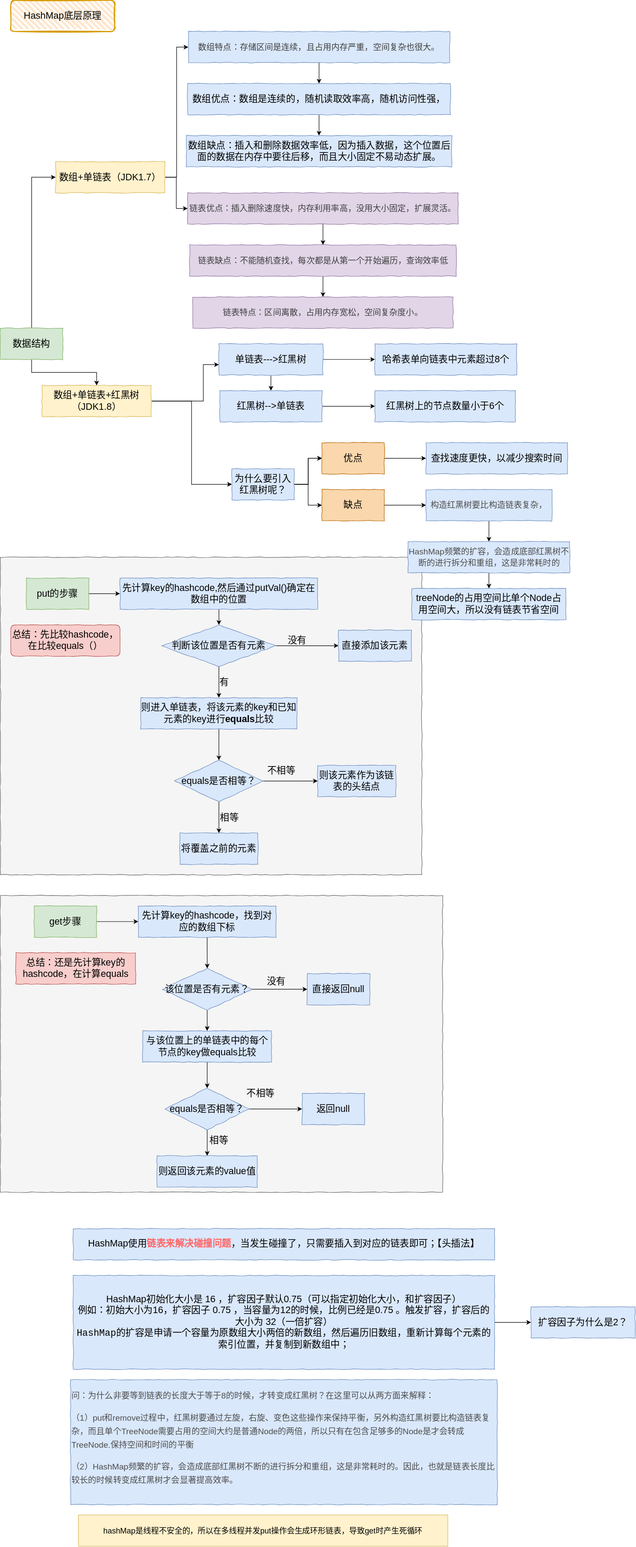
Earlier version of the draw.io export Java/HashMap.svg (kusuzi/LearnJava). Source tidied: cells renumbered, new cells last; positions are measured from the earlier drawing's top-left corner, leaving out a move shared by most shapes.
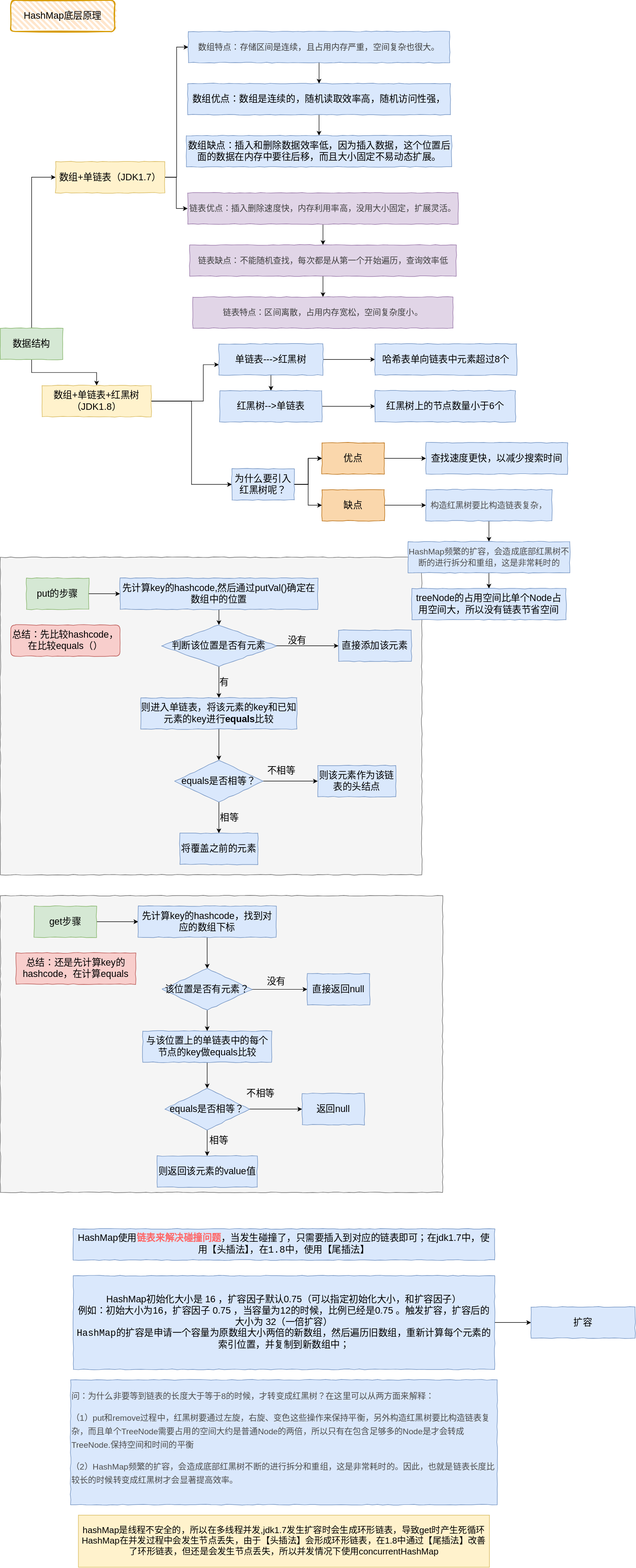
The same diagram one commit later.

Change to the diagram source:
```diff
@@ -245,7 +245,7 @@
     <mxCell id="79" value="&lt;p style=&quot;box-sizing: border-box ; outline: 0px ; margin: 0px 0px 16px ; padding: 0px ; font-size: 16px ; color: rgb(77 , 77 , 77) ; overflow: auto hidden ; overflow-wrap: break-word ; line-height: 26px&quot;&gt;问：为什么非要等到链表的长度大于等于8的时候，才转变成红黑树？在这里可以从两方面来解释：&lt;/p&gt;&lt;p style=&quot;box-sizing: border-box ; outline: 0px ; margin: 0px 0px 16px ; padding: 0px ; font-size: 16px ; color: rgb(77 , 77 , 77) ; overflow: auto hidden ; overflow-wrap: break-word ; line-height: 26px&quot;&gt;（1）put和remove过程中，红黑树要通过左旋，右旋、变色这些操作来保持平衡，&lt;span&gt;另外构造红黑树要比构造链表复杂，而且单个TreeNode需要占用的空间大约是普通Node的两倍，所以只有在包含足够多的Node是才会转成TreeNode.保持空间和时间的平衡&lt;/span&gt;&lt;/p&gt;&lt;p style=&quot;box-sizing: border-box ; outline: 0px ; margin: 0px 0px 16px ; padding: 0px ; font-size: 16px ; color: rgb(77 , 77 , 77) ; overflow: auto hidden ; overflow-wrap: break-word ; line-height: 26px&quot;&gt;&lt;span&gt;（2）HashMap频繁的扩容，会造成底部红黑树不断的进行拆分和重组，这是非常耗时的。因此，也就是链表长度比较长的时候转变成红黑树才会显著提高效率。&lt;/span&gt;&lt;/p&gt;" style="whiteSpace=wrap;html=1;rounded=0;labelBackgroundColor=none;comic=1;fontSize=18;strokeColor=#6c8ebf;fillColor=#dae8fc;align=left;" parent="1" vertex="1">
       <mxGeometry x="135" y="2650" width="820" height="240" as="geometry" />
     </mxCell>
-    <mxCell id="80" value="&lt;span style=&quot;text-align: left ; font-size: 18px&quot;&gt;HashMap使用&lt;/span&gt;&lt;b style=&quot;text-align: left ; font-size: 18px&quot;&gt;&lt;font color=&quot;#ff6666&quot; style=&quot;font-size: 18px&quot;&gt;链表来解决碰撞问题&lt;/font&gt;&lt;/b&gt;&lt;span style=&quot;text-align: left ; font-size: 18px&quot;&gt;，当发生碰撞了，只&lt;/span&gt;&lt;span style=&quot;text-align: justify ; font-size: 18px&quot;&gt;需要插入到对应的链表即可；&lt;font face=&quot;monospace, monospace&quot;&gt;【头插法】&lt;/font&gt;&lt;/span&gt;" style="rounded=0;whiteSpace=wrap;html=1;labelBackgroundColor=none;comic=1;fontSize=18;strokeColor=#6c8ebf;fillColor=#dae8fc;" parent="1" vertex="1">
+    <mxCell id="80" value="&lt;span style=&quot;text-align: left ; font-size: 18px&quot;&gt;HashMap使用&lt;/span&gt;&lt;b style=&quot;text-align: left ; font-size: 18px&quot;&gt;&lt;font color=&quot;#ff6666&quot; style=&quot;font-size: 18px&quot;&gt;链表来解决碰撞问题&lt;/font&gt;&lt;/b&gt;&lt;span style=&quot;text-align: left ; font-size: 18px&quot;&gt;，当发生碰撞了，只&lt;/span&gt;&lt;span style=&quot;text-align: justify ; font-size: 18px&quot;&gt;需要插入到对应的链表即可；在jdk1.7中，使用&lt;font face=&quot;monospace, monospace&quot;&gt;【头插法】，在1.8中，使用【尾插法】&lt;/font&gt;&lt;/span&gt;" style="rounded=0;whiteSpace=wrap;html=1;labelBackgroundColor=none;comic=1;fontSize=18;strokeColor=#6c8ebf;fillColor=#dae8fc;" parent="1" vertex="1">
       <mxGeometry x="140" y="2360" width="810" height="60" as="geometry" />
     </mxCell>
     <mxCell id="81" style="edgeStyle=orthogonalEdgeStyle;rounded=0;jettySize=auto;html=1;" parent="1" edge="1" source="82" target="89">
@@ -272,11 +272,11 @@
     <mxCell id="88" value="treeNode的占用空间比单个Node占用空间大，所以没有链表节省空间" style="whiteSpace=wrap;html=1;rounded=0;fontSize=18;strokeColor=#6c8ebf;fillColor=#dae8fc;comic=1;" parent="1" vertex="1">
       <mxGeometry x="790.9" y="1130" width="296.4" height="60" as="geometry" />
     </mxCell>
-    <mxCell id="89" value="扩容因子为什么是2？" style="whiteSpace=wrap;html=1;rounded=0;fontSize=18;strokeColor=#6c8ebf;fillColor=#dae8fc;comic=1;" parent="1" vertex="1">
+    <mxCell id="89" value="扩容" style="whiteSpace=wrap;html=1;rounded=0;fontSize=18;strokeColor=#6c8ebf;fillColor=#dae8fc;comic=1;" parent="1" vertex="1">
       <mxGeometry x="1020" y="2510" width="200" height="60" as="geometry" />
     </mxCell>
-    <mxCell id="90" value="hashMap是线程不安全的，所以在多线程并发p&lt;span style=&quot;font-size: 15px&quot;&gt;ut操作会生成环形链表，导致get时产生死循环&lt;br&gt;&lt;/span&gt;" style="whiteSpace=wrap;html=1;labelBackgroundColor=none;align=center;fillColor=#fff2cc;strokeColor=#d6b656;fontSize=15;" parent="1" vertex="1">
-      <mxGeometry x="150" y="2910" width="710" height="60" as="geometry" />
+    <mxCell id="90" value="hashMap是线程不安全的，所以在多线程并发,jdk1.7发生扩容时&lt;span style=&quot;font-size: 17px&quot;&gt;会生成环形链表，导致get时产生死循环&lt;br style=&quot;font-size: 17px&quot;&gt;HashMap在并发过程中会发生节点丢失，由于【头插法】会形成环形链表，在1.8中通过【尾插法】改善了环形链表，但还是会发生节点丢失，所以并发情况下使用concurrentHashMap&lt;br style=&quot;font-size: 17px&quot;&gt;&lt;/span&gt;" style="whiteSpace=wrap;html=1;labelBackgroundColor=none;align=center;fillColor=#fff2cc;strokeColor=#d6b656;fontSize=17;" parent="1" vertex="1">
+      <mxGeometry x="150" y="2910" width="790" height="100" as="geometry" />
     </mxCell>
   </root>
 </mxGraphModel>
```
